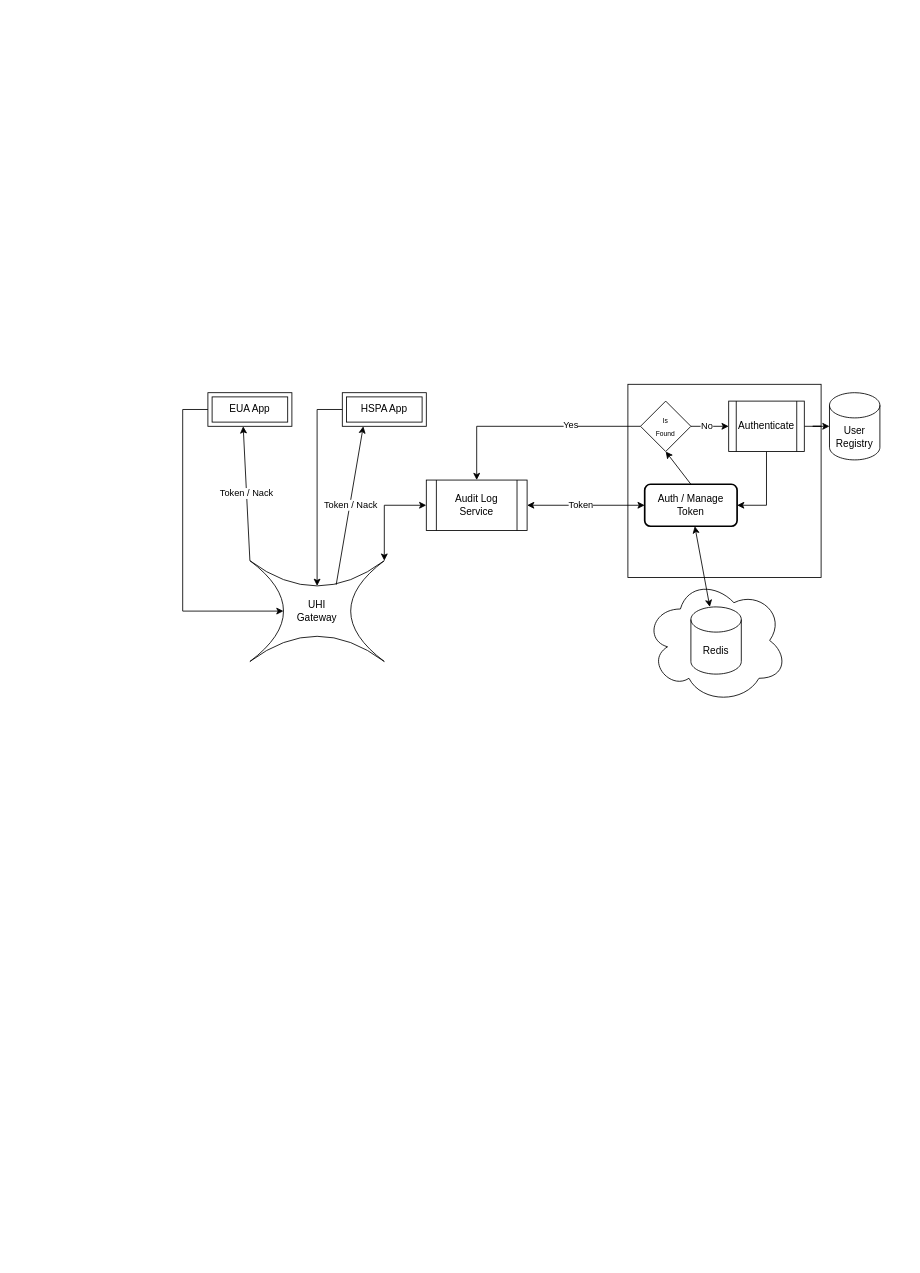
The draw.io diagram Untitled Diagram.drawio in maddy23285/RomanianCoderExamples, before the edit. Source tidied: cells renumbered, new cells numbered last; positions are measured from the earlier drawing's top-left corner, leaving out a move shared by most shapes. Both pictures are drawn from the tidied source at 84%, with x=0, y=0 at pixel (182, 384).
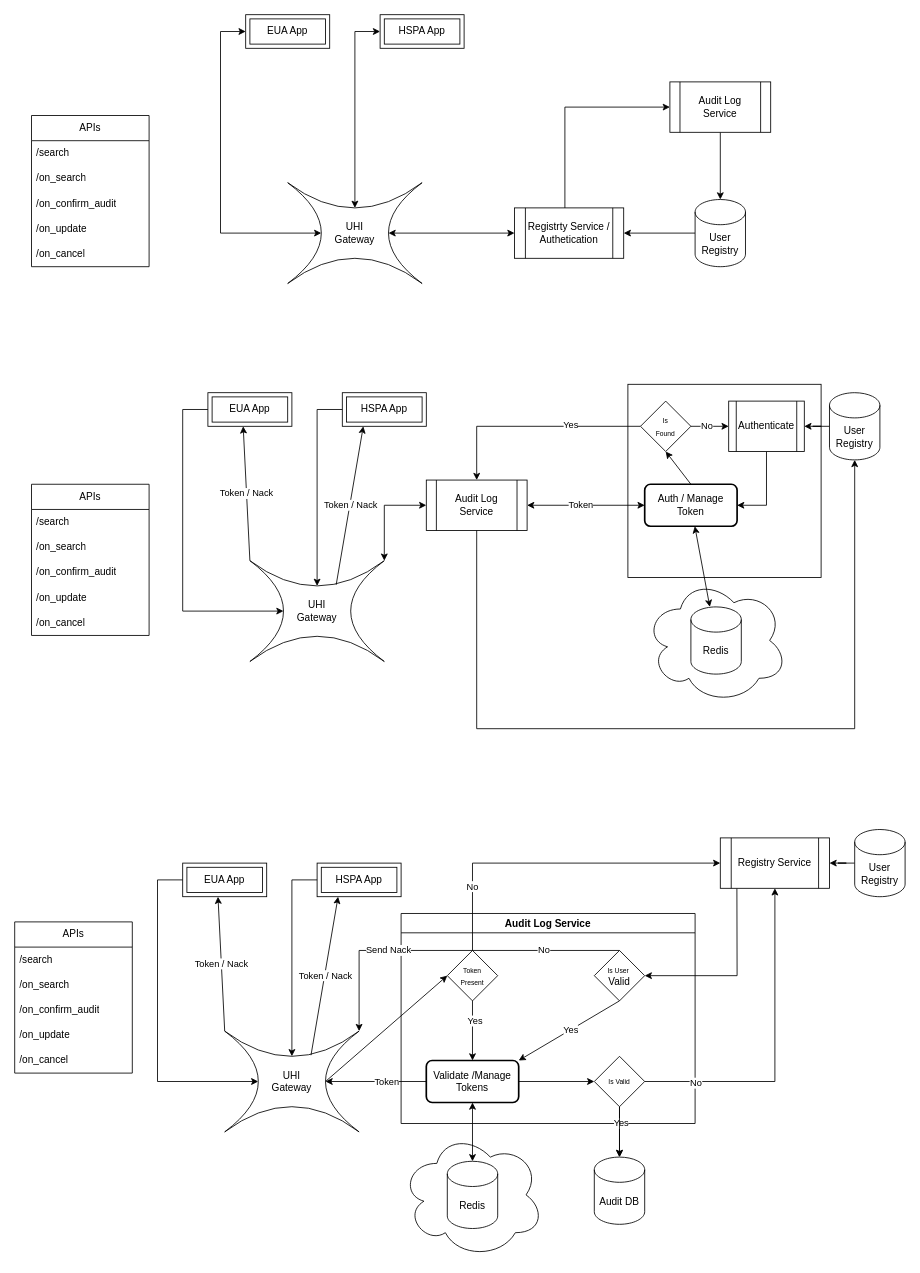
Above is the later version.

The change refers to these unchanged cells:
```xml
<mxCell id="4" value="User Registry" style="shape=cylinder3;whiteSpace=wrap;html=1;boundedLbl=1;backgroundOutline=1;size=15;" parent="1" vertex="1">
  <mxGeometry x="770" y="10" width="60" height="80" as="geometry" />
</mxCell>
<mxCell id="6" value="Audit Log Service" style="shape=process;whiteSpace=wrap;html=1;backgroundOutline=1;" parent="1" vertex="1">
  <mxGeometry x="290" y="114" width="120" height="60" as="geometry" />
</mxCell>
<mxCell id="13" value="Authenticate" style="shape=process;whiteSpace=wrap;html=1;backgroundOutline=1;" parent="1" vertex="1">
  <mxGeometry x="650" y="20" width="90" height="60" as="geometry" />
</mxCell>
```

Diff of the diagram source:
```diff
@@
+    <mxCell id="30" style="edgeStyle=orthogonalEdgeStyle;rounded=0;jettySize=auto;html=1;" parent="1" edge="1" source="4" target="13">
+      <mxGeometry relative="1" as="geometry" />
+    </mxCell>
@@
-    <mxCell id="11" style="edgeStyle=orthogonalEdgeStyle;rounded=0;jettySize=auto;html=1;" parent="1" edge="1" source="13" target="4">
-      <mxGeometry relative="1" as="geometry" />
-    </mxCell>
@@
+    <mxCell id="31" style="endArrow=classic;html=1;rounded=0;exitX=0.5;exitY=1;exitDx=0;exitDy=0;entryX=0.5;entryY=1;entryDx=0;entryDy=0;entryPerimeter=0;" parent="1" edge="1" source="6" target="4">
+      <mxGeometry relative="1" as="geometry">
+        <Array as="points">
+          <mxPoint x="350" y="410" />
+          <mxPoint x="800" y="410" />
+        </Array>
+      </mxGeometry>
+    </mxCell>
+    <mxCell id="32" value="APIs" style="swimlane;fontStyle=0;horizontal=1;startSize=30;whiteSpace=wrap;html=1;" parent="1" vertex="1">
+      <mxGeometry x="-180" y="-320" width="140" height="180" as="geometry" />
+    </mxCell>
+    <mxCell id="33" value="/search" style="text;strokeColor=none;fillColor=none;align=left;verticalAlign=middle;spacingLeft=4;spacingRight=4;overflow=hidden;whiteSpace=wrap;html=1;" parent="32" vertex="1">
+      <mxGeometry y="30" width="140" height="30" as="geometry" />
+    </mxCell>
+    <mxCell id="34" value="/on_search" style="text;strokeColor=none;fillColor=none;align=left;verticalAlign=middle;spacingLeft=4;spacingRight=4;overflow=hidden;whiteSpace=wrap;html=1;" parent="32" vertex="1">
+      <mxGeometry y="60" width="140" height="30" as="geometry" />
+    </mxCell>
+    <mxCell id="35" value="/on_confirm_audit" style="text;strokeColor=none;fillColor=none;align=left;verticalAlign=middle;spacingLeft=4;spacingRight=4;overflow=hidden;whiteSpace=wrap;html=1;" parent="32" vertex="1">
+      <mxGeometry y="90" width="140" height="30" as="geometry" />
+    </mxCell>
+    <mxCell id="36" value="/on_update" style="text;strokeColor=none;fillColor=none;align=left;verticalAlign=middle;spacingLeft=4;spacingRight=4;overflow=hidden;whiteSpace=wrap;html=1;" parent="32" vertex="1">
+      <mxGeometry y="120" width="140" height="30" as="geometry" />
+    </mxCell>
+    <mxCell id="37" value="/on_cancel" style="text;strokeColor=none;fillColor=none;align=left;verticalAlign=middle;spacingLeft=4;spacingRight=4;overflow=hidden;whiteSpace=wrap;html=1;" parent="32" vertex="1">
+      <mxGeometry y="150" width="140" height="30" as="geometry" />
+    </mxCell>
+    <mxCell id="38" value="UHI&lt;br&gt;Gateway" style="shape=switch;whiteSpace=wrap;html=1;" parent="1" vertex="1">
+      <mxGeometry x="125" y="-240" width="160" height="120" as="geometry" />
+    </mxCell>
+    <mxCell id="39" style="edgeStyle=orthogonalEdgeStyle;rounded=0;jettySize=auto;html=1;" parent="1" edge="1" source="40" target="46">
+      <mxGeometry relative="1" as="geometry" />
+    </mxCell>
+    <mxCell id="40" value="Audit Log Service" style="shape=process;whiteSpace=wrap;html=1;backgroundOutline=1;" parent="1" vertex="1">
+      <mxGeometry x="580" y="-360" width="120" height="60" as="geometry" />
+    </mxCell>
+    <mxCell id="41" value="EUA App" style="shape=ext;margin=3;double=1;whiteSpace=wrap;html=1;align=center;" parent="1" vertex="1">
+      <mxGeometry x="75" y="-440" width="100" height="40" as="geometry" />
+    </mxCell>
+    <mxCell id="42" value="HSPA App" style="shape=ext;margin=3;double=1;whiteSpace=wrap;html=1;align=center;" parent="1" vertex="1">
+      <mxGeometry x="235" y="-440" width="100" height="40" as="geometry" />
+    </mxCell>
+    <mxCell id="43" value="Registrty Service / Authetication" style="shape=process;whiteSpace=wrap;html=1;backgroundOutline=1;" parent="1" vertex="1">
+      <mxGeometry x="395" y="-210" width="130" height="60" as="geometry" />
+    </mxCell>
+    <mxCell id="44" style="endArrow=classic;html=1;rounded=0;entryX=0;entryY=0.5;entryDx=0;entryDy=0;" parent="1" edge="1" target="40">
+      <mxGeometry relative="1" as="geometry">
+        <mxPoint x="455" y="-210" as="sourcePoint" />
+        <Array as="points">
+          <mxPoint x="455" y="-330" />
+        </Array>
+      </mxGeometry>
+    </mxCell>
+    <mxCell id="45" style="edgeStyle=orthogonalEdgeStyle;rounded=0;jettySize=auto;html=1;" parent="1" edge="1" source="46" target="43">
+      <mxGeometry relative="1" as="geometry" />
+    </mxCell>
+    <mxCell id="46" value="User Registry" style="shape=cylinder3;whiteSpace=wrap;html=1;boundedLbl=1;backgroundOutline=1;size=15;" parent="1" vertex="1">
+      <mxGeometry x="610" y="-220" width="60" height="80" as="geometry" />
+    </mxCell>
+    <mxCell id="47" style="endArrow=classic;startArrow=classic;html=1;rounded=0;exitX=0.75;exitY=0.5;exitDx=0;exitDy=0;exitPerimeter=0;" parent="1" edge="1" source="38" target="43">
+      <mxGeometry relative="1" as="geometry" />
+    </mxCell>
+    <mxCell id="48" style="endArrow=classic;startArrow=classic;html=1;rounded=0;exitX=0.5;exitY=0.25;exitDx=0;exitDy=0;exitPerimeter=0;" parent="1" edge="1" source="38">
+      <mxGeometry relative="1" as="geometry">
+        <mxPoint x="235" y="-420" as="targetPoint" />
+        <Array as="points">
+          <mxPoint x="205" y="-420" />
+        </Array>
+      </mxGeometry>
+    </mxCell>
+    <mxCell id="49" style="endArrow=classic;startArrow=classic;html=1;rounded=0;exitX=0.25;exitY=0.5;exitDx=0;exitDy=0;exitPerimeter=0;" parent="1" edge="1" source="38">
+      <mxGeometry relative="1" as="geometry">
+        <mxPoint x="75" y="-420" as="targetPoint" />
+        <Array as="points">
+          <mxPoint x="45" y="-180" />
+          <mxPoint x="45" y="-420" />
+        </Array>
+      </mxGeometry>
+    </mxCell>
+    <mxCell id="50" style="ellipse;shape=cloud;whiteSpace=wrap;html=1;" parent="1" vertex="1">
+      <mxGeometry x="260" y="890" width="170" height="150" as="geometry" />
+    </mxCell>
+    <mxCell id="51" style="edgeStyle=orthogonalEdgeStyle;rounded=0;jettySize=auto;html=1;" parent="1" edge="1" source="52" target="58">
+      <mxGeometry relative="1" as="geometry" />
+    </mxCell>
+    <mxCell id="52" value="User Registry" style="shape=cylinder3;whiteSpace=wrap;html=1;boundedLbl=1;backgroundOutline=1;size=15;" parent="1" vertex="1">
+      <mxGeometry x="800" y="530" width="60" height="80" as="geometry" />
+    </mxCell>
+    <mxCell id="53" value="UHI&lt;br&gt;Gateway" style="shape=switch;whiteSpace=wrap;html=1;" parent="1" vertex="1">
+      <mxGeometry x="50" y="770" width="160" height="120" as="geometry" />
+    </mxCell>
+    <mxCell id="54" value="EUA App" style="shape=ext;margin=3;double=1;whiteSpace=wrap;html=1;align=center;" parent="1" vertex="1">
+      <mxGeometry y="570" width="100" height="40" as="geometry" />
+    </mxCell>
+    <mxCell id="55" value="HSPA App" style="shape=ext;margin=3;double=1;whiteSpace=wrap;html=1;align=center;" parent="1" vertex="1">
+      <mxGeometry x="160" y="570" width="100" height="40" as="geometry" />
+    </mxCell>
+    <mxCell id="56" style="endArrow=classic;html=1;rounded=0;exitX=0;exitY=0.5;exitDx=0;exitDy=0;entryX=0.5;entryY=0.25;entryDx=0;entryDy=0;entryPerimeter=0;" parent="1" edge="1" source="55" target="53">
+      <mxGeometry relative="1" as="geometry">
+        <Array as="points">
+          <mxPoint x="130" y="590" />
+        </Array>
+      </mxGeometry>
+    </mxCell>
+    <mxCell id="57" style="endArrow=classic;html=1;rounded=0;entryX=0.25;entryY=0.5;entryDx=0;entryDy=0;entryPerimeter=0;exitX=0;exitY=0.5;exitDx=0;exitDy=0;" parent="1" edge="1" source="54" target="53">
+      <mxGeometry relative="1" as="geometry">
+        <Array as="points">
+          <mxPoint x="-30" y="590" />
+          <mxPoint x="-30" y="830" />
+        </Array>
+      </mxGeometry>
+    </mxCell>
+    <mxCell id="58" value="Registry Service" style="shape=process;whiteSpace=wrap;html=1;backgroundOutline=1;" parent="1" vertex="1">
+      <mxGeometry x="640" y="540" width="130" height="60" as="geometry" />
+    </mxCell>
+    <mxCell id="59" style="endArrow=classic;html=1;rounded=0;entryX=0.25;entryY=1;entryDx=0;entryDy=0;exitX=0.642;exitY=0.239;exitDx=0;exitDy=0;exitPerimeter=0;" parent="1" edge="1" source="53" target="55">
+      <mxGeometry relative="1" as="geometry" />
+    </mxCell>
+    <mxCell id="60" value="Token / Nack" style="edgeLabel;html=1;align=center;verticalAlign=middle;" parent="59" vertex="1">
+      <mxGeometry x="0.01" relative="1" as="geometry" />
+    </mxCell>
+    <mxCell id="61" style="endArrow=classic;html=1;rounded=0;entryX=0.25;entryY=1;entryDx=0;entryDy=0;exitX=0;exitY=0;exitDx=0;exitDy=0;exitPerimeter=0;" parent="1" edge="1" source="53">
+      <mxGeometry relative="1" as="geometry">
+        <mxPoint x="42" y="610" as="targetPoint" />
+      </mxGeometry>
+    </mxCell>
+    <mxCell id="62" value="Token / Nack" style="edgeLabel;html=1;align=center;verticalAlign=middle;" parent="61" vertex="1">
+      <mxGeometry x="0.01" relative="1" as="geometry" />
+    </mxCell>
+    <mxCell id="63" value="Redis" style="shape=cylinder3;whiteSpace=wrap;html=1;boundedLbl=1;backgroundOutline=1;size=15;" parent="1" vertex="1">
+      <mxGeometry x="315" y="925" width="60" height="80" as="geometry" />
+    </mxCell>
+    <mxCell id="64" style="endArrow=classic;startArrow=classic;html=1;rounded=0;" parent="1" edge="1" source="63" target="67">
+      <mxGeometry relative="1" as="geometry" />
+    </mxCell>
+    <mxCell id="65" value="Audit Log Service" style="swimlane;whiteSpace=wrap;html=1;" parent="1" vertex="1">
+      <mxGeometry x="260" y="630" width="350" height="250" as="geometry" />
+    </mxCell>
+    <mxCell id="66" value="&lt;span style=&quot;font-size: 8px;&quot;&gt;Token &lt;br&gt;Present&lt;/span&gt;" style="rhombus;whiteSpace=wrap;html=1;" parent="65" vertex="1">
+      <mxGeometry x="55" y="44" width="60" height="60" as="geometry" />
+    </mxCell>
+    <mxCell id="67" value="Validate /Manage Tokens" style="rounded=1;whiteSpace=wrap;html=1;absoluteArcSize=1;arcSize=14;strokeWidth=2;" parent="65" vertex="1">
+      <mxGeometry x="30" y="175" width="110" height="50" as="geometry" />
+    </mxCell>
+    <mxCell id="68" style="edgeStyle=orthogonalEdgeStyle;rounded=0;jettySize=auto;html=1;" parent="65" edge="1" source="66" target="67">
+      <mxGeometry relative="1" as="geometry" />
+    </mxCell>
+    <mxCell id="69" value="Yes" style="edgeLabel;html=1;align=center;verticalAlign=middle;" parent="68" vertex="1">
+      <mxGeometry x="-0.38" y="2" relative="1" as="geometry">
+        <mxPoint y="1" as="offset" />
+      </mxGeometry>
+    </mxCell>
+    <mxCell id="70" value="&lt;span style=&quot;font-size: 8px;&quot;&gt;Is Valid&lt;/span&gt;" style="rhombus;whiteSpace=wrap;html=1;" parent="65" vertex="1">
+      <mxGeometry x="230" y="170" width="60" height="60" as="geometry" />
+    </mxCell>
+    <mxCell id="71" style="edgeStyle=orthogonalEdgeStyle;rounded=0;jettySize=auto;html=1;" parent="65" edge="1" source="67" target="70">
+      <mxGeometry relative="1" as="geometry" />
+    </mxCell>
+    <mxCell id="72" value="&lt;span style=&quot;font-size: 8px;&quot;&gt;Is User&amp;nbsp;&lt;br&gt;&lt;/span&gt;Valid" style="rhombus;whiteSpace=wrap;html=1;" parent="65" vertex="1">
+      <mxGeometry x="230" y="44" width="60" height="60" as="geometry" />
+    </mxCell>
+    <mxCell id="73" style="endArrow=classic;html=1;rounded=0;entryX=1;entryY=0;entryDx=0;entryDy=0;exitX=0.5;exitY=1;exitDx=0;exitDy=0;" parent="65" edge="1" source="72" target="67">
+      <mxGeometry relative="1" as="geometry" />
+    </mxCell>
+    <mxCell id="74" value="Yes" style="edgeLabel;html=1;align=center;verticalAlign=middle;" parent="73" vertex="1">
+      <mxGeometry x="-0.03" relative="1" as="geometry" />
+    </mxCell>
+    <mxCell id="75" style="endArrow=classic;html=1;rounded=0;exitX=0.5;exitY=0;exitDx=0;exitDy=0;" parent="1" edge="1" source="66">
+      <mxGeometry relative="1" as="geometry">
+        <mxPoint x="640" y="570" as="targetPoint" />
+        <Array as="points">
+          <mxPoint x="345" y="570" />
+        </Array>
+      </mxGeometry>
+    </mxCell>
+    <mxCell id="76" value="No" style="edgeLabel;html=1;align=center;verticalAlign=middle;" parent="75" vertex="1">
+      <mxGeometry x="-0.61" y="1" relative="1" as="geometry">
+        <mxPoint y="1" as="offset" />
+      </mxGeometry>
+    </mxCell>
+    <mxCell id="77" style="endArrow=classic;html=1;rounded=0;exitX=1;exitY=0.5;exitDx=0;exitDy=0;entryX=0.5;entryY=1;entryDx=0;entryDy=0;" parent="1" edge="1" source="70" target="58">
+      <mxGeometry relative="1" as="geometry">
+        <Array as="points">
+          <mxPoint x="705" y="830" />
+        </Array>
+      </mxGeometry>
+    </mxCell>
+    <mxCell id="78" value="No" style="edgeLabel;html=1;align=center;verticalAlign=middle;" parent="77" vertex="1">
+      <mxGeometry x="-0.69" y="-1" relative="1" as="geometry" />
+    </mxCell>
+    <mxCell id="79" value="Audit DB" style="shape=cylinder3;whiteSpace=wrap;html=1;boundedLbl=1;backgroundOutline=1;size=15;" parent="1" vertex="1">
+      <mxGeometry x="490" y="920" width="60" height="80" as="geometry" />
+    </mxCell>
+    <mxCell id="80" style="edgeStyle=orthogonalEdgeStyle;rounded=0;jettySize=auto;html=1;" parent="1" edge="1" source="70" target="79">
+      <mxGeometry relative="1" as="geometry" />
+    </mxCell>
+    <mxCell id="81" value="Yes" style="edgeLabel;html=1;align=center;verticalAlign=middle;" parent="80" vertex="1">
+      <mxGeometry x="-0.36" y="1" relative="1" as="geometry" />
+    </mxCell>
+    <mxCell id="82" style="edgeStyle=orthogonalEdgeStyle;rounded=0;jettySize=auto;html=1;" parent="1" edge="1" source="70" target="79">
+      <mxGeometry relative="1" as="geometry" />
+    </mxCell>
+    <mxCell id="83" style="endArrow=classic;html=1;rounded=0;exitX=0.152;exitY=1.007;exitDx=0;exitDy=0;entryX=1;entryY=0.5;entryDx=0;entryDy=0;exitPerimeter=0;" parent="1" edge="1" source="58" target="72">
+      <mxGeometry relative="1" as="geometry">
+        <Array as="points">
+          <mxPoint x="660" y="704" />
+        </Array>
+      </mxGeometry>
+    </mxCell>
+    <mxCell id="84" style="endArrow=classic;html=1;rounded=0;entryX=0;entryY=0.5;entryDx=0;entryDy=0;exitX=0.75;exitY=0.5;exitDx=0;exitDy=0;exitPerimeter=0;" parent="1" edge="1" source="53" target="66">
+      <mxGeometry relative="1" as="geometry" />
+    </mxCell>
+    <mxCell id="85" style="endArrow=classic;html=1;rounded=0;entryX=1;entryY=0;entryDx=0;entryDy=0;entryPerimeter=0;exitX=0.5;exitY=0;exitDx=0;exitDy=0;" parent="1" edge="1" source="72" target="53">
+      <mxGeometry relative="1" as="geometry">
+        <Array as="points">
+          <mxPoint x="210" y="674" />
+        </Array>
+      </mxGeometry>
+    </mxCell>
+    <mxCell id="86" value="No" style="edgeLabel;html=1;align=center;verticalAlign=middle;" parent="85" vertex="1">
+      <mxGeometry x="-0.55" y="-2" relative="1" as="geometry" />
+    </mxCell>
+    <mxCell id="87" value="Send Nack" style="edgeLabel;html=1;align=center;verticalAlign=middle;" parent="85" vertex="1">
+      <mxGeometry x="0.36" y="-1" relative="1" as="geometry" />
+    </mxCell>
+    <mxCell id="88" style="edgeStyle=orthogonalEdgeStyle;rounded=0;jettySize=auto;html=1;" parent="1" edge="1" source="67">
+      <mxGeometry relative="1" as="geometry">
+        <mxPoint x="170" y="830" as="targetPoint" />
+      </mxGeometry>
+    </mxCell>
+    <mxCell id="89" value="Token" style="edgeLabel;html=1;align=center;verticalAlign=middle;" parent="88" vertex="1">
+      <mxGeometry x="-0.21" relative="1" as="geometry" />
+    </mxCell>
+    <mxCell id="90" value="APIs" style="swimlane;fontStyle=0;horizontal=1;startSize=30;whiteSpace=wrap;html=1;" parent="1" vertex="1">
+      <mxGeometry x="-180" y="119" width="140" height="180" as="geometry" />
+    </mxCell>
+    <mxCell id="91" value="/search" style="text;strokeColor=none;fillColor=none;align=left;verticalAlign=middle;spacingLeft=4;spacingRight=4;overflow=hidden;whiteSpace=wrap;html=1;" parent="90" vertex="1">
+      <mxGeometry y="30" width="140" height="30" as="geometry" />
+    </mxCell>
+    <mxCell id="92" value="/on_search" style="text;strokeColor=none;fillColor=none;align=left;verticalAlign=middle;spacingLeft=4;spacingRight=4;overflow=hidden;whiteSpace=wrap;html=1;" parent="90" vertex="1">
+      <mxGeometry y="60" width="140" height="30" as="geometry" />
+    </mxCell>
+    <mxCell id="93" value="/on_confirm_audit" style="text;strokeColor=none;fillColor=none;align=left;verticalAlign=middle;spacingLeft=4;spacingRight=4;overflow=hidden;whiteSpace=wrap;html=1;" parent="90" vertex="1">
+      <mxGeometry y="90" width="140" height="30" as="geometry" />
+    </mxCell>
+    <mxCell id="94" value="/on_update" style="text;strokeColor=none;fillColor=none;align=left;verticalAlign=middle;spacingLeft=4;spacingRight=4;overflow=hidden;whiteSpace=wrap;html=1;" parent="90" vertex="1">
+      <mxGeometry y="120" width="140" height="30" as="geometry" />
+    </mxCell>
+    <mxCell id="95" value="/on_cancel" style="text;strokeColor=none;fillColor=none;align=left;verticalAlign=middle;spacingLeft=4;spacingRight=4;overflow=hidden;whiteSpace=wrap;html=1;" parent="90" vertex="1">
+      <mxGeometry y="150" width="140" height="30" as="geometry" />
+    </mxCell>
+    <mxCell id="96" value="APIs" style="swimlane;fontStyle=0;horizontal=1;startSize=30;whiteSpace=wrap;html=1;" parent="1" vertex="1">
+      <mxGeometry x="-200" y="640" width="140" height="180" as="geometry" />
+    </mxCell>
+    <mxCell id="97" value="/search" style="text;strokeColor=none;fillColor=none;align=left;verticalAlign=middle;spacingLeft=4;spacingRight=4;overflow=hidden;whiteSpace=wrap;html=1;" parent="96" vertex="1">
+      <mxGeometry y="30" width="140" height="30" as="geometry" />
+    </mxCell>
+    <mxCell id="98" value="/on_search" style="text;strokeColor=none;fillColor=none;align=left;verticalAlign=middle;spacingLeft=4;spacingRight=4;overflow=hidden;whiteSpace=wrap;html=1;" parent="96" vertex="1">
+      <mxGeometry y="60" width="140" height="30" as="geometry" />
+    </mxCell>
+    <mxCell id="99" value="/on_confirm_audit" style="text;strokeColor=none;fillColor=none;align=left;verticalAlign=middle;spacingLeft=4;spacingRight=4;overflow=hidden;whiteSpace=wrap;html=1;" parent="96" vertex="1">
+      <mxGeometry y="90" width="140" height="30" as="geometry" />
+    </mxCell>
+    <mxCell id="100" value="/on_update" style="text;strokeColor=none;fillColor=none;align=left;verticalAlign=middle;spacingLeft=4;spacingRight=4;overflow=hidden;whiteSpace=wrap;html=1;" parent="96" vertex="1">
+      <mxGeometry y="120" width="140" height="30" as="geometry" />
+    </mxCell>
+    <mxCell id="101" value="/on_cancel" style="text;strokeColor=none;fillColor=none;align=left;verticalAlign=middle;spacingLeft=4;spacingRight=4;overflow=hidden;whiteSpace=wrap;html=1;" parent="96" vertex="1">
+      <mxGeometry y="150" width="140" height="30" as="geometry" />
+    </mxCell>
```
